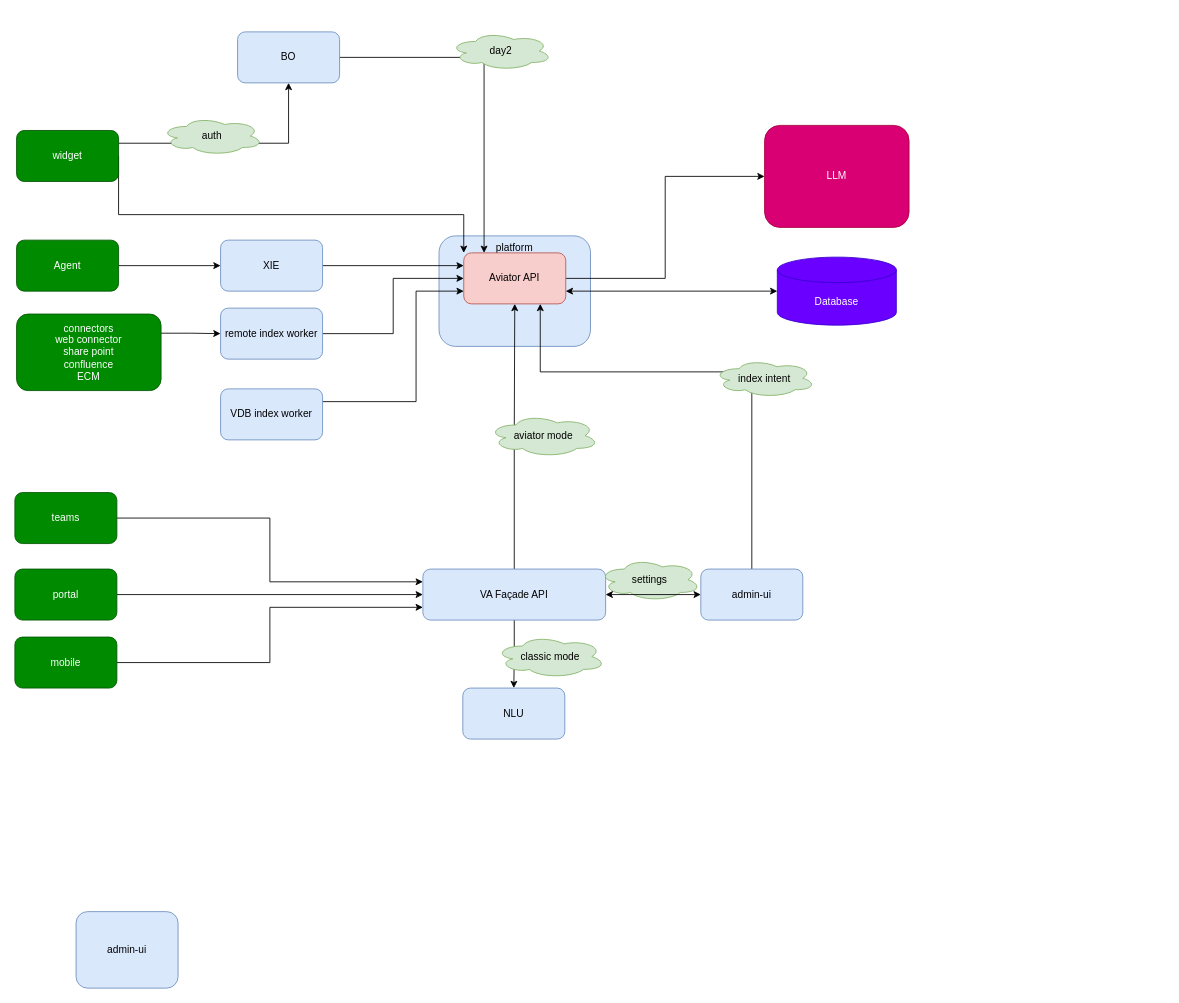
This is LLM/API adopt.drawio from Ice-YcY/Diagram, a draw.io file, before an edit. Source tidied: cells renumbered, new cells numbered last; positions are measured from the earlier drawing's top-left corner, leaving out a move shared by most shapes. Both pictures are drawn from the tidied source at 85%, with x=0, y=0 at pixel (14, 31).
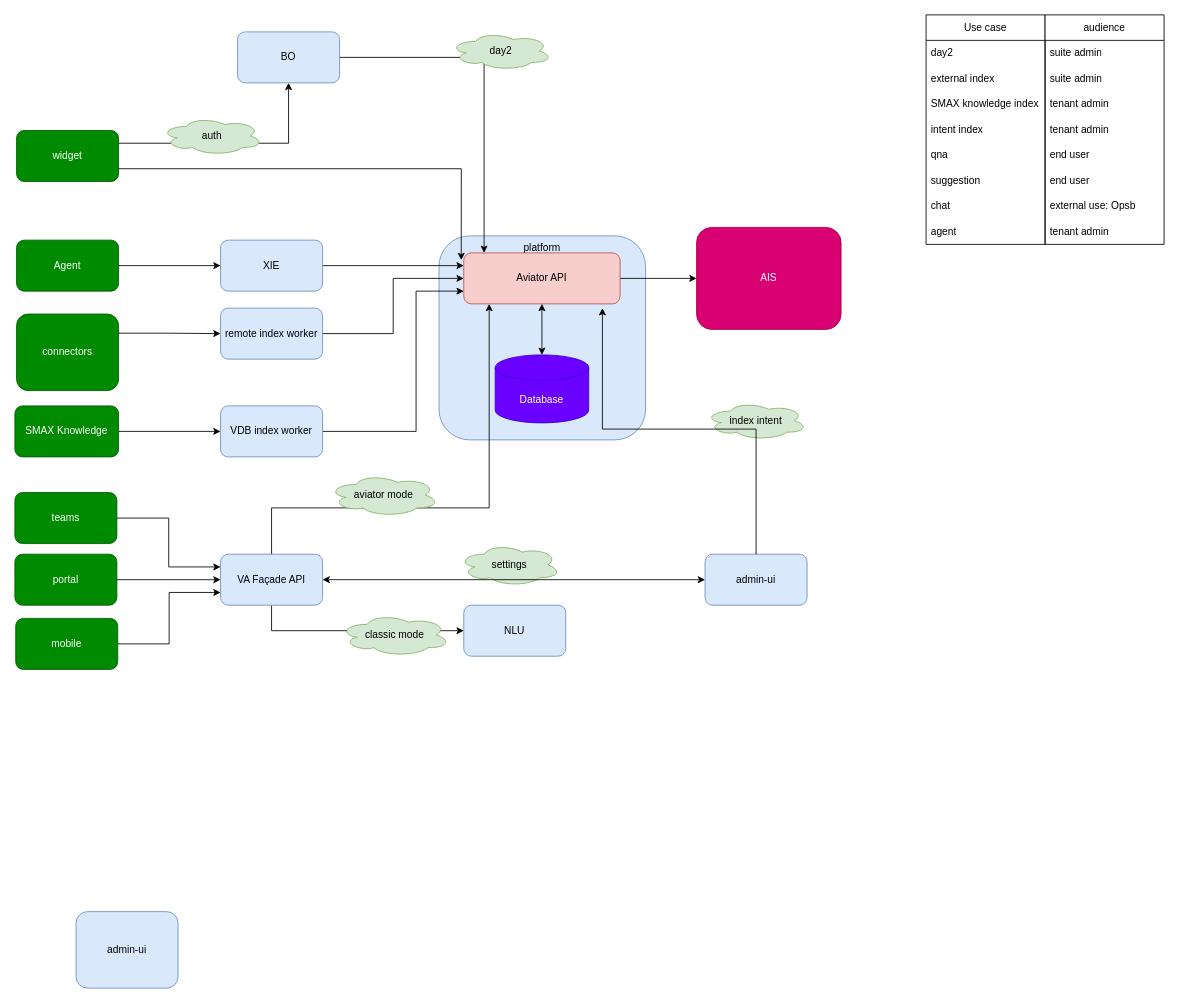
After the change.

Unchanged cells that the change refers to:
```xml
<mxCell id="28" value="widget" style="rounded=1;whiteSpace=wrap;html=1;fillColor=#008a00;fontColor=#ffffff;strokeColor=#005700;" parent="1" vertex="1">
  <mxGeometry x="2" y="116" width="120" height="60" as="geometry" />
</mxCell>
```

What changed in the source:
```diff
@@
     <mxCell id="2" value="platform" style="rounded=1;whiteSpace=wrap;html=1;verticalAlign=top;fillColor=#dae8fc;strokeColor=#6c8ebf;" parent="1" vertex="1">
-      <mxGeometry x="499" y="240" width="178.2" height="130" as="geometry" />
+      <mxGeometry x="499" y="240" width="243" height="240" as="geometry" />
     </mxCell>
@@
     <mxCell id="4" value="portal" style="rounded=1;whiteSpace=wrap;html=1;fillColor=#008a00;fontColor=#ffffff;strokeColor=#005700;" parent="1" vertex="1">
-      <mxGeometry y="632" width="120" height="60" as="geometry" />
+      <mxGeometry y="614.5" width="120" height="60" as="geometry" />
     </mxCell>
+    <mxCell id="6" style="edgeStyle=orthogonalEdgeStyle;rounded=0;jettySize=auto;html=1;exitX=0.5;exitY=1;exitDx=0;exitDy=0;" parent="1" edge="1" source="7" target="19">
+      <mxGeometry relative="1" as="geometry" />
+    </mxCell>
-    <mxCell id="5" style="edgeStyle=orthogonalEdgeStyle;rounded=0;jettySize=auto;html=1;exitX=0.5;exitY=0;exitDx=0;exitDy=0;entryX=0.5;entryY=1;entryDx=0;entryDy=0;" parent="1" edge="1" source="7" target="15">
-      <mxGeometry relative="1" as="geometry" />
+    <mxCell id="5" style="edgeStyle=orthogonalEdgeStyle;rounded=0;jettySize=auto;html=1;exitX=0.5;exitY=0;exitDx=0;exitDy=0;" parent="1" edge="1" source="7" target="15">
+      <mxGeometry relative="1" as="geometry">
+        <Array as="points">
+          <mxPoint x="302" y="560" />
+          <mxPoint x="558" y="560" />
+        </Array>
+      </mxGeometry>
     </mxCell>
-    <mxCell id="6" style="edgeStyle=orthogonalEdgeStyle;rounded=0;jettySize=auto;html=1;exitX=0.5;exitY=1;exitDx=0;exitDy=0;" parent="1" edge="1" source="7" target="19">
-      <mxGeometry relative="1" as="geometry" />
-    </mxCell>
     <mxCell id="7" value="VA Façade API" style="rounded=1;whiteSpace=wrap;html=1;fillColor=#dae8fc;strokeColor=#6c8ebf;" parent="1" vertex="1">
-      <mxGeometry x="480" y="632" width="215" height="60" as="geometry" />
+      <mxGeometry x="242" y="614.5" width="120" height="60" as="geometry" />
     </mxCell>
-    <mxCell id="8" style="edgeStyle=orthogonalEdgeStyle;rounded=0;jettySize=auto;html=1;exitX=0.5;exitY=0;exitDx=0;exitDy=0;entryX=0.75;entryY=1;entryDx=0;entryDy=0;" parent="1" edge="1" source="9" target="15">
-      <mxGeometry relative="1" as="geometry">
-        <Array as="points">
-          <mxPoint x="867" y="400" />
-          <mxPoint x="618" y="400" />
-        </Array>
-      </mxGeometry>
-    </mxCell>
     <mxCell id="9" value="admin-ui" style="rounded=1;whiteSpace=wrap;html=1;fillColor=#dae8fc;strokeColor=#6c8ebf;" parent="1" vertex="1">
-      <mxGeometry x="807" y="632" width="120" height="60" as="geometry" />
+      <mxGeometry x="812" y="614.5" width="120" height="60" as="geometry" />
     </mxCell>
@@
     <mxCell id="13" value="mobile" style="rounded=1;whiteSpace=wrap;html=1;fillColor=#008a00;fontColor=#ffffff;strokeColor=#005700;" parent="1" vertex="1">
-      <mxGeometry y="712" width="120" height="60" as="geometry" />
+      <mxGeometry x="1" y="690" width="120" height="60" as="geometry" />
     </mxCell>
@@
     <mxCell id="15" value="Aviator API" style="rounded=1;whiteSpace=wrap;html=1;fillColor=#f8cecc;strokeColor=#b85450;" parent="1" vertex="1">
-      <mxGeometry x="528.1" y="260" width="120" height="60" as="geometry" />
+      <mxGeometry x="528.1" y="260" width="183.9" height="60" as="geometry" />
     </mxCell>
     <mxCell id="16" value="index intent" style="ellipse;shape=cloud;whiteSpace=wrap;html=1;fillColor=#d5e8d4;strokeColor=#82b366;" parent="1" vertex="1">
-      <mxGeometry x="822" y="385" width="120" height="45" as="geometry" />
+      <mxGeometry x="812" y="435" width="120" height="45" as="geometry" />
     </mxCell>
     <mxCell id="17" value="aviator mode" style="ellipse;shape=cloud;whiteSpace=wrap;html=1;verticalAlign=middle;fillColor=#d5e8d4;strokeColor=#82b366;" parent="1" vertex="1">
-      <mxGeometry x="557" y="450" width="130" height="50" as="geometry" />
+      <mxGeometry x="369" y="520" width="130" height="50" as="geometry" />
     </mxCell>
     <mxCell id="18" value="Database" style="shape=cylinder3;whiteSpace=wrap;html=1;boundedLbl=1;backgroundOutline=1;size=15;fillColor=#6a00ff;strokeColor=#3700CC;fontColor=#ffffff;" parent="1" vertex="1">
-      <mxGeometry x="897" y="265" width="140" height="80" as="geometry" />
+      <mxGeometry x="565.1" y="380" width="110" height="80" as="geometry" />
     </mxCell>
     <mxCell id="19" value="NLU" style="rounded=1;whiteSpace=wrap;html=1;fillColor=#dae8fc;strokeColor=#6c8ebf;" parent="1" vertex="1">
-      <mxGeometry x="527" y="772" width="120" height="60" as="geometry" />
+      <mxGeometry x="528.1" y="674.5" width="120" height="60" as="geometry" />
     </mxCell>
     <mxCell id="20" value="settings" style="ellipse;shape=cloud;whiteSpace=wrap;html=1;fillColor=#d5e8d4;strokeColor=#82b366;" parent="1" vertex="1">
-      <mxGeometry x="687" y="619.5" width="120" height="50" as="geometry" />
+      <mxGeometry x="522" y="602" width="120" height="50" as="geometry" />
     </mxCell>
@@
     <mxCell id="22" value="classic mode" style="ellipse;shape=cloud;whiteSpace=wrap;html=1;verticalAlign=middle;fillColor=#d5e8d4;strokeColor=#82b366;" parent="1" vertex="1">
-      <mxGeometry x="565" y="710" width="130" height="50" as="geometry" />
+      <mxGeometry x="382" y="684.5" width="130" height="50" as="geometry" />
     </mxCell>
-    <mxCell id="23" style="endArrow=classic;startArrow=classic;html=1;rounded=0;entryX=1;entryY=0.75;entryDx=0;entryDy=0;" parent="1" edge="1" source="18" target="15">
+    <mxCell id="23" style="endArrow=classic;startArrow=classic;html=1;rounded=0;entryX=0.5;entryY=1;entryDx=0;entryDy=0;" parent="1" edge="1" source="18" target="15">
       <mxGeometry relative="1" as="geometry" />
     </mxCell>
-    <mxCell id="24" value="LLM" style="rounded=1;whiteSpace=wrap;html=1;fillColor=#d80073;fontColor=#ffffff;strokeColor=#A50040;" parent="1" vertex="1">
-      <mxGeometry x="882" y="110" width="170" height="120" as="geometry" />
+    <mxCell id="24" value="AIS" style="rounded=1;whiteSpace=wrap;html=1;fillColor=#d80073;fontColor=#ffffff;strokeColor=#A50040;" parent="1" vertex="1">
+      <mxGeometry x="802" y="230" width="170" height="120" as="geometry" />
     </mxCell>
@@
-    <mxCell id="27" style="edgeStyle=orthogonalEdgeStyle;rounded=0;jettySize=auto;html=1;exitX=1;exitY=0.5;exitDx=0;exitDy=0;entryX=0;entryY=0;entryDx=0;entryDy=0;" parent="1" edge="1" source="28" target="15">
-      <mxGeometry relative="1" as="geometry">
-        <Array as="points">
-          <mxPoint x="528" y="215" />
-        </Array>
-      </mxGeometry>
-    </mxCell>
@@
-    <mxCell id="33" value="connectors&lt;div&gt;web connector&lt;/div&gt;&lt;div&gt;share point&lt;/div&gt;&lt;div&gt;confluence&lt;/div&gt;&lt;div&gt;ECM&lt;/div&gt;" style="rounded=1;whiteSpace=wrap;html=1;fillColor=#008a00;fontColor=#ffffff;strokeColor=#005700;" parent="1" vertex="1">
-      <mxGeometry x="2" y="332" width="170" height="90" as="geometry" />
+    <mxCell id="33" value="connectors" style="rounded=1;whiteSpace=wrap;html=1;fillColor=#008a00;fontColor=#ffffff;strokeColor=#005700;" parent="1" vertex="1">
+      <mxGeometry x="2" y="332" width="120" height="90" as="geometry" />
     </mxCell>
@@
-    <mxCell id="36" style="edgeStyle=orthogonalEdgeStyle;rounded=0;jettySize=auto;html=1;exitX=1;exitY=0.25;exitDx=0;exitDy=0;entryX=0;entryY=0.75;entryDx=0;entryDy=0;" parent="1" edge="1" source="37" target="15">
+    <mxCell id="36" style="edgeStyle=orthogonalEdgeStyle;rounded=0;jettySize=auto;html=1;exitX=1;exitY=0.5;exitDx=0;exitDy=0;entryX=0;entryY=0.75;entryDx=0;entryDy=0;" parent="1" edge="1" source="37" target="15">
       <mxGeometry relative="1" as="geometry">
         <Array as="points">
-          <mxPoint x="472" y="435" />
+          <mxPoint x="472" y="470" />
           <mxPoint x="472" y="305" />
         </Array>
       </mxGeometry>
     </mxCell>
     <mxCell id="37" value="VDB index worker" style="rounded=1;whiteSpace=wrap;html=1;fillColor=#dae8fc;strokeColor=#6c8ebf;" parent="1" vertex="1">
-      <mxGeometry x="242" y="420" width="120" height="60" as="geometry" />
+      <mxGeometry x="242" y="440" width="120" height="60" as="geometry" />
     </mxCell>
@@
+    <mxCell id="27" style="edgeStyle=orthogonalEdgeStyle;rounded=0;jettySize=auto;html=1;exitX=1;exitY=0.75;exitDx=0;exitDy=0;entryX=-0.016;entryY=0.142;entryDx=0;entryDy=0;entryPerimeter=0;" parent="1" edge="1" source="28" target="15">
+      <mxGeometry relative="1" as="geometry" />
+    </mxCell>
+    <mxCell id="43" style="edgeStyle=orthogonalEdgeStyle;rounded=0;jettySize=auto;html=1;exitX=1;exitY=0.5;exitDx=0;exitDy=0;entryX=0;entryY=0.5;entryDx=0;entryDy=0;" parent="1" edge="1" source="44" target="37">
+      <mxGeometry relative="1" as="geometry" />
+    </mxCell>
+    <mxCell id="44" value="SMAX Knowledge" style="rounded=1;whiteSpace=wrap;html=1;fillColor=#008a00;fontColor=#ffffff;strokeColor=#005700;" parent="1" vertex="1">
+      <mxGeometry y="440" width="122" height="60" as="geometry" />
+    </mxCell>
+    <mxCell id="8" style="edgeStyle=orthogonalEdgeStyle;rounded=0;jettySize=auto;html=1;exitX=0.5;exitY=0;exitDx=0;exitDy=0;entryX=0.887;entryY=1.083;entryDx=0;entryDy=0;entryPerimeter=0;" parent="1" edge="1" source="9" target="15">
+      <mxGeometry relative="1" as="geometry" />
+    </mxCell>
+    <mxCell id="45" value="Use case" style="swimlane;fontStyle=0;horizontal=1;startSize=30;whiteSpace=wrap;html=1;labelBackgroundColor=none;labelBorderColor=none;textShadow=0;" parent="1" vertex="1">
+      <mxGeometry x="1072" y="-20" width="140" height="270" as="geometry" />
+    </mxCell>
+    <mxCell id="46" value="day2" style="text;strokeColor=none;fillColor=none;align=left;verticalAlign=middle;spacingLeft=4;spacingRight=4;overflow=hidden;whiteSpace=wrap;html=1;" parent="45" vertex="1">
+      <mxGeometry y="30" width="140" height="30" as="geometry" />
+    </mxCell>
+    <mxCell id="47" value="external index" style="text;strokeColor=none;fillColor=none;align=left;verticalAlign=middle;spacingLeft=4;spacingRight=4;overflow=hidden;whiteSpace=wrap;html=1;" parent="45" vertex="1">
+      <mxGeometry y="60" width="140" height="30" as="geometry" />
+    </mxCell>
+    <mxCell id="48" value="SMAX knowledge index" style="text;strokeColor=none;fillColor=none;align=left;verticalAlign=middle;spacingLeft=4;spacingRight=4;overflow=hidden;whiteSpace=wrap;html=1;" parent="45" vertex="1">
+      <mxGeometry y="90" width="140" height="30" as="geometry" />
+    </mxCell>
+    <mxCell id="49" value="intent index" style="text;strokeColor=none;fillColor=none;align=left;verticalAlign=middle;spacingLeft=4;spacingRight=4;overflow=hidden;whiteSpace=wrap;html=1;" parent="45" vertex="1">
+      <mxGeometry y="120" width="140" height="30" as="geometry" />
+    </mxCell>
+    <mxCell id="50" value="qna" style="text;strokeColor=none;fillColor=none;align=left;verticalAlign=middle;spacingLeft=4;spacingRight=4;overflow=hidden;whiteSpace=wrap;html=1;" parent="45" vertex="1">
+      <mxGeometry y="150" width="140" height="30" as="geometry" />
+    </mxCell>
+    <mxCell id="51" value="suggestion" style="text;strokeColor=none;fillColor=none;align=left;verticalAlign=middle;spacingLeft=4;spacingRight=4;overflow=hidden;whiteSpace=wrap;html=1;" parent="45" vertex="1">
+      <mxGeometry y="180" width="140" height="30" as="geometry" />
+    </mxCell>
+    <mxCell id="52" value="chat" style="text;strokeColor=none;fillColor=none;align=left;verticalAlign=middle;spacingLeft=4;spacingRight=4;overflow=hidden;whiteSpace=wrap;html=1;" parent="45" vertex="1">
+      <mxGeometry y="210" width="140" height="30" as="geometry" />
+    </mxCell>
+    <mxCell id="53" value="agent" style="text;strokeColor=none;fillColor=none;align=left;verticalAlign=middle;spacingLeft=4;spacingRight=4;overflow=hidden;whiteSpace=wrap;html=1;" parent="45" vertex="1">
+      <mxGeometry y="240" width="140" height="30" as="geometry" />
+    </mxCell>
+    <mxCell id="54" value="audience" style="swimlane;fontStyle=0;horizontal=1;startSize=30;whiteSpace=wrap;html=1;" parent="1" vertex="1">
+      <mxGeometry x="1212" y="-20" width="140" height="270" as="geometry" />
+    </mxCell>
+    <mxCell id="55" value="suite admin" style="text;strokeColor=none;fillColor=none;align=left;verticalAlign=middle;spacingLeft=4;spacingRight=4;overflow=hidden;whiteSpace=wrap;html=1;" parent="54" vertex="1">
+      <mxGeometry y="30" width="140" height="30" as="geometry" />
+    </mxCell>
+    <mxCell id="56" value="suite admin" style="text;strokeColor=none;fillColor=none;align=left;verticalAlign=middle;spacingLeft=4;spacingRight=4;overflow=hidden;whiteSpace=wrap;html=1;" parent="54" vertex="1">
+      <mxGeometry y="60" width="140" height="30" as="geometry" />
+    </mxCell>
+    <mxCell id="57" value="tenant admin" style="text;strokeColor=none;fillColor=none;align=left;verticalAlign=middle;spacingLeft=4;spacingRight=4;overflow=hidden;whiteSpace=wrap;html=1;" parent="54" vertex="1">
+      <mxGeometry y="90" width="140" height="30" as="geometry" />
+    </mxCell>
+    <mxCell id="58" value="tenant admin" style="text;strokeColor=none;fillColor=none;align=left;verticalAlign=middle;spacingLeft=4;spacingRight=4;overflow=hidden;whiteSpace=wrap;html=1;" parent="54" vertex="1">
+      <mxGeometry y="120" width="140" height="30" as="geometry" />
+    </mxCell>
+    <mxCell id="59" value="end user" style="text;strokeColor=none;fillColor=none;align=left;verticalAlign=middle;spacingLeft=4;spacingRight=4;overflow=hidden;whiteSpace=wrap;html=1;" parent="54" vertex="1">
+      <mxGeometry y="150" width="140" height="30" as="geometry" />
+    </mxCell>
+    <mxCell id="60" value="end user" style="text;strokeColor=none;fillColor=none;align=left;verticalAlign=middle;spacingLeft=4;spacingRight=4;overflow=hidden;whiteSpace=wrap;html=1;" parent="54" vertex="1">
+      <mxGeometry y="180" width="140" height="30" as="geometry" />
+    </mxCell>
+    <mxCell id="61" value="external use: Opsb" style="text;strokeColor=none;fillColor=none;align=left;verticalAlign=middle;spacingLeft=4;spacingRight=4;overflow=hidden;whiteSpace=wrap;html=1;" parent="54" vertex="1">
+      <mxGeometry y="210" width="140" height="30" as="geometry" />
+    </mxCell>
+    <mxCell id="62" value="tenant admin" style="text;strokeColor=none;fillColor=none;align=left;verticalAlign=middle;spacingLeft=4;spacingRight=4;overflow=hidden;whiteSpace=wrap;html=1;" parent="54" vertex="1">
+      <mxGeometry y="240" width="140" height="30" as="geometry" />
+    </mxCell>
```
